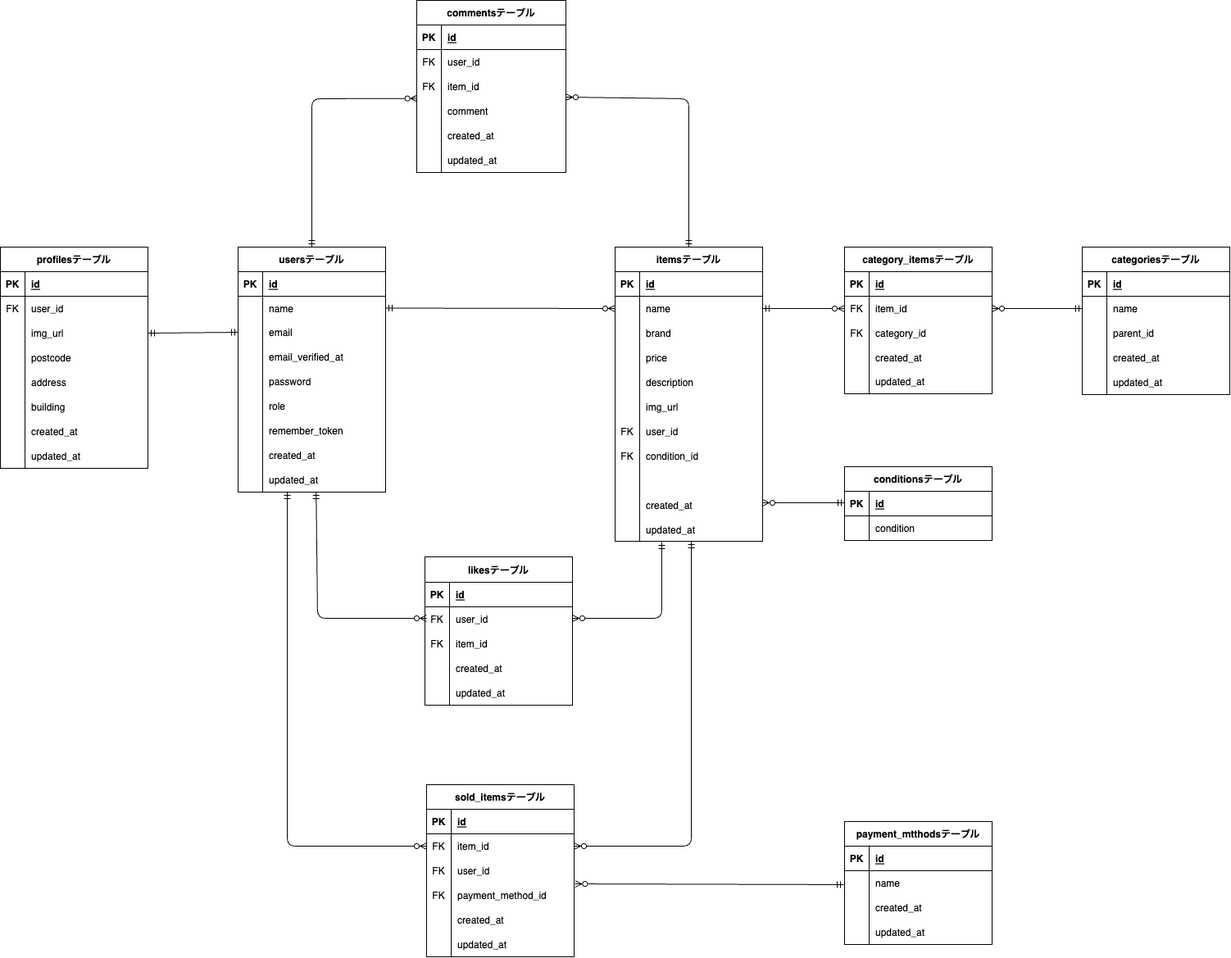
The draw.io diagram erd.drawio.png in kngshi/coachtech-furima, before a commit. Source tidied: cells renumbered, new cells last; positions are measured from the earlier drawing's top-left corner, leaving out a move shared by most shapes.
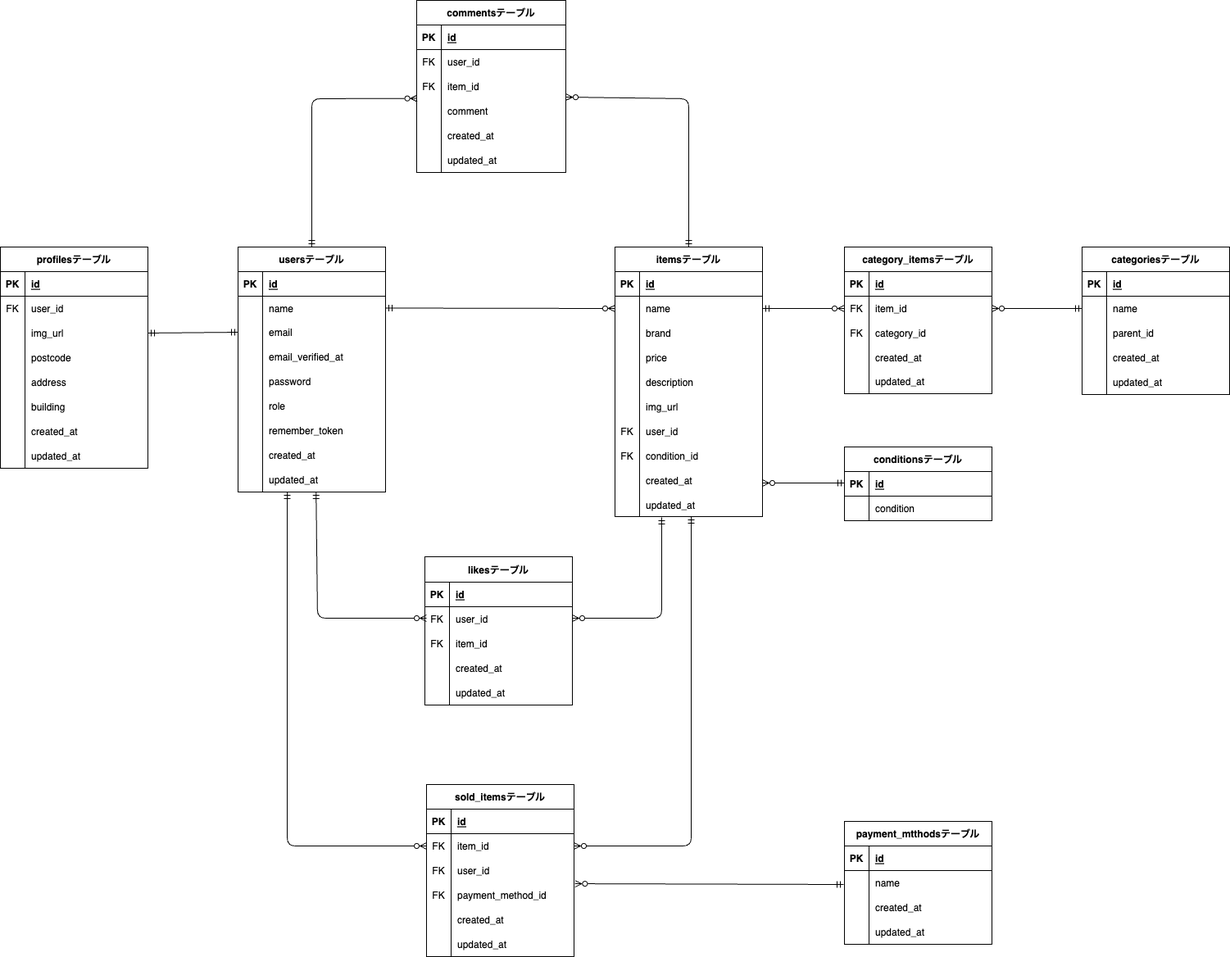
The same file after the commit.

Commit message:
fix:README.mdとER図の修正

Change to the diagram source:
```diff
@@ -339,7 +339,7 @@
       </mxGeometry>
     </mxCell>
     <mxCell id="111" value="itemsテーブル" style="shape=table;startSize=30;rowLines=0;fontStyle=1;align=center;fillColor=default;" parent="1" vertex="1">
-      <mxGeometry x="750" y="301" width="180" height="359" as="geometry" />
+      <mxGeometry x="750" y="301" width="180" height="329" as="geometry" />
     </mxCell>
     <mxCell id="112" style="shape=tableRow;horizontal=0;startSize=0;swimlaneHead=0;swimlaneBody=0;fillColor=none;top=0;left=0;right=0;bottom=1;" parent="111" vertex="1">
       <mxGeometry y="30" width="180" height="30" as="geometry" />
@@ -413,17 +413,8 @@
     <mxCell id="135" value="condition_id" style="shape=partialRectangle;fillColor=none;top=0;left=0;bottom=0;right=0;align=left;spacingLeft=6;overflow=hidden;" parent="133" vertex="1">
       <mxGeometry x="30" width="150" height="30" as="geometry" />
     </mxCell>
-    <mxCell id="136" style="shape=tableRow;horizontal=0;startSize=0;swimlaneHead=0;swimlaneBody=0;fillColor=none;top=0;left=0;right=0;bottom=0;" parent="111" vertex="1">
-      <mxGeometry y="270" width="180" height="30" as="geometry" />
-    </mxCell>
-    <mxCell id="137" style="shape=partialRectangle;fillColor=none;top=0;left=0;bottom=0;right=0;overflow=hidden;" parent="136" vertex="1">
-      <mxGeometry width="30" height="30" as="geometry" />
-    </mxCell>
-    <mxCell id="138" style="shape=partialRectangle;fillColor=none;top=0;left=0;bottom=0;right=0;align=left;spacingLeft=6;overflow=hidden;" parent="136" vertex="1">
-      <mxGeometry x="30" width="150" height="30" as="geometry" />
-    </mxCell>
     <mxCell id="139" style="shape=tableRow;horizontal=0;startSize=0;swimlaneHead=0;swimlaneBody=0;fillColor=none;top=0;left=0;right=0;bottom=0;" parent="111" vertex="1">
-      <mxGeometry y="300" width="180" height="30" as="geometry" />
+      <mxGeometry y="270" width="180" height="30" as="geometry" />
     </mxCell>
     <mxCell id="140" style="shape=partialRectangle;fillColor=none;top=0;left=0;bottom=0;right=0;overflow=hidden;" parent="139" vertex="1">
       <mxGeometry width="30" height="30" as="geometry" />
@@ -432,7 +423,7 @@
       <mxGeometry x="30" width="150" height="30" as="geometry" />
     </mxCell>
     <mxCell id="142" style="shape=tableRow;horizontal=0;startSize=0;swimlaneHead=0;swimlaneBody=0;fillColor=none;points=[[0,0.5],[1,0.5]];portConstraint=eastwest;top=0;left=0;right=0;bottom=0;" parent="111" vertex="1">
-      <mxGeometry y="330" width="180" height="29" as="geometry" />
+      <mxGeometry y="300" width="180" height="29" as="geometry" />
     </mxCell>
     <mxCell id="143" style="shape=partialRectangle;fillColor=none;top=0;left=0;bottom=0;right=0;overflow=hidden;" parent="142" vertex="1">
       <mxGeometry width="30" height="29" as="geometry" />
@@ -489,7 +480,7 @@
       <mxGeometry x="30" width="150" height="30" as="geometry" />
     </mxCell>
     <mxCell id="161" value="conditionsテーブル" style="shape=table;startSize=30;rowLines=0;fontStyle=1;align=center;fillColor=default;" parent="1" vertex="1">
-      <mxGeometry x="1030" y="569" width="180" height="90" as="geometry" />
+      <mxGeometry x="1030" y="545" width="180" height="90" as="geometry" />
     </mxCell>
     <mxCell id="162" style="shape=tableRow;horizontal=0;startSize=0;swimlaneHead=0;swimlaneBody=0;fillColor=none;top=0;left=0;right=0;bottom=1;" parent="161" vertex="1">
       <mxGeometry y="30" width="180" height="30" as="geometry" />
@@ -626,7 +617,7 @@
     <mxCell id="201" style="edgeStyle=none;html=1;exitX=1;exitY=0.5;exitDx=0;exitDy=0;fontColor=none;startArrow=ERzeroToMany;startFill=0;endArrow=ERmandOne;endFill=0;" parent="1" edge="1">
       <mxGeometry relative="1" as="geometry">
         <mxPoint x="700" y="1032" as="sourcePoint" />
-        <mxPoint x="843" y="660" as="targetPoint" />
+        <mxPoint x="843" y="630" as="targetPoint" />
         <Array as="points">
           <mxPoint x="843" y="1032" />
         </Array>
@@ -634,8 +625,8 @@
     </mxCell>
     <mxCell id="202" style="edgeStyle=none;html=1;entryX=1;entryY=0.5;entryDx=0;entryDy=0;fontColor=none;startArrow=ERmandOne;startFill=0;endArrow=ERzeroToMany;endFill=0;" parent="1" edge="1">
       <mxGeometry relative="1" as="geometry">
-        <mxPoint x="1030" y="613" as="sourcePoint" />
-        <mxPoint x="930" y="613" as="targetPoint" />
+        <mxPoint x="1030" y="589" as="sourcePoint" />
+        <mxPoint x="930" y="589" as="targetPoint" />
       </mxGeometry>
     </mxCell>
     <mxCell id="203" style="edgeStyle=none;html=1;exitX=0;exitY=0.5;exitDx=0;exitDy=0;entryX=1;entryY=0.5;entryDx=0;entryDy=0;fontColor=none;startArrow=ERmandOne;startFill=0;endArrow=ERzeroToMany;endFill=0;" parent="1" edge="1" source="149" target="172">
```
